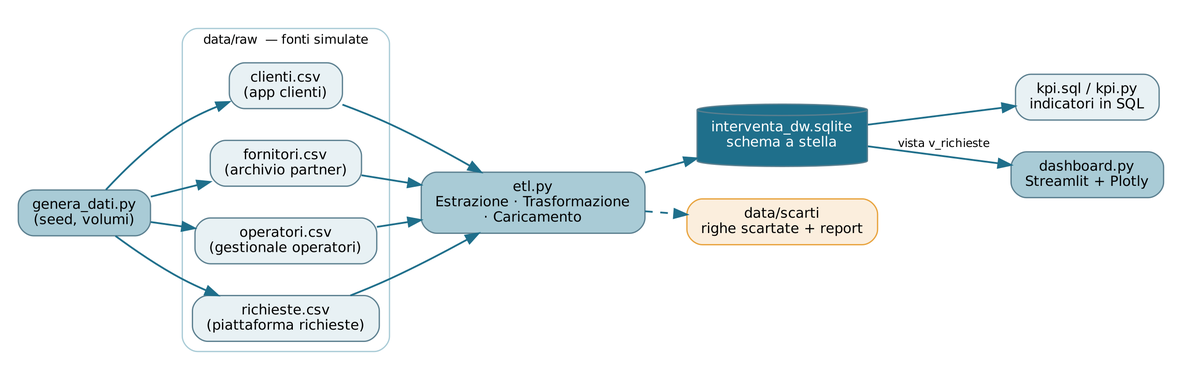
Before: docs/flusso_dati.png, a diagram exported from Graphviz (ChiccoHD/pw21-interventa). Its source is kept beside it as docs/flusso_dati.dot. The source it was exported from:
```dot
digraph flusso {
  rankdir=LR; bgcolor=white; pad=0.2; nodesep=0.35; ranksep=0.45;
  node [shape=box, style="rounded,filled", fontname="Helvetica", fontsize=11, color="#5b7f8f", fillcolor="#e8f1f4", margin="0.15,0.08"];
  edge [color="#1f6f8b", penwidth=1.4, fontname="Helvetica", fontsize=9];
  gen [label="genera_dati.py\n(seed, volumi)", fillcolor="#a9cbd6"];
  subgraph cluster_csv { label="data/raw  — fonti simulate"; fontname="Helvetica"; fontsize=10; color="#a9cbd6"; style=rounded;
    c1 [label="clienti.csv\n(app clienti)"]; c2 [label="fornitori.csv\n(archivio partner)"];
    c3 [label="operatori.csv\n(gestionale operatori)"]; c4 [label="richieste.csv\n(piattaforma richieste)"]; }
  etl [label="etl.py\nEstrazione · Trasformazione\n· Caricamento", fillcolor="#a9cbd6"];
  dw [label="interventa_dw.sqlite\nschema a stella", shape=cylinder, fillcolor="#1f6f8b", fontcolor=white];
  sc [label="data/scarti\nrighe scartate + report", fillcolor="#fbeedd", color="#e8a33d"];
  kpi [label="kpi.sql / kpi.py\nindicatori in SQL"]; dash [label="dashboard.py\nStreamlit + Plotly", fillcolor="#a9cbd6"];
  gen -> {c1 c2 c3 c4}; {c1 c2 c3 c4} -> etl; etl -> dw; etl -> sc [style=dashed]; dw -> kpi; dw -> dash [label="vista v_richieste"];
}
```
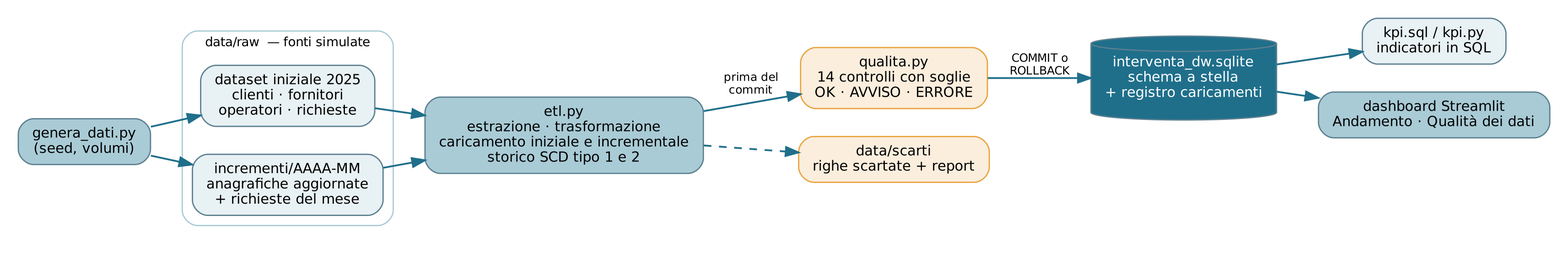
The same diagram one commit later.

Diff of the diagram source:
```diff
@@ -1,14 +1,16 @@
 digraph flusso {
-  rankdir=LR; bgcolor=white; pad=0.2; nodesep=0.35; ranksep=0.45;
+  rankdir=LR; bgcolor=white; pad=0.2; nodesep=0.3; ranksep=0.45;
   node [shape=box, style="rounded,filled", fontname="Helvetica", fontsize=11, color="#5b7f8f", fillcolor="#e8f1f4", margin="0.15,0.08"];
   edge [color="#1f6f8b", penwidth=1.4, fontname="Helvetica", fontsize=9];
   gen [label="genera_dati.py\n(seed, volumi)", fillcolor="#a9cbd6"];
   subgraph cluster_csv { label="data/raw  — fonti simulate"; fontname="Helvetica"; fontsize=10; color="#a9cbd6"; style=rounded;
-    c1 [label="clienti.csv\n(app clienti)"]; c2 [label="fornitori.csv\n(archivio partner)"];
-    c3 [label="operatori.csv\n(gestionale operatori)"]; c4 [label="richieste.csv\n(piattaforma richieste)"]; }
-  etl [label="etl.py\nEstrazione · Trasformazione\n· Caricamento", fillcolor="#a9cbd6"];
-  dw [label="interventa_dw.sqlite\nschema a stella", shape=cylinder, fillcolor="#1f6f8b", fontcolor=white];
+    base [label="dataset iniziale 2025\nclienti · fornitori\noperatori · richieste"];
+    inc [label="incrementi/AAAA-MM\nanagrafiche aggiornate\n+ richieste del mese"]; }
+  etl [label="etl.py\nestrazione · trasformazione\ncaricamento iniziale e incrementale\nstorico SCD tipo 1 e 2", fillcolor="#a9cbd6"];
+  dq [label="qualita.py\n14 controlli con soglie\nOK · AVVISO · ERRORE", fillcolor="#fbeedd", color="#e8a33d"];
+  dw [label="interventa_dw.sqlite\nschema a stella\n+ registro caricamenti", shape=cylinder, fillcolor="#1f6f8b", fontcolor=white];
   sc [label="data/scarti\nrighe scartate + report", fillcolor="#fbeedd", color="#e8a33d"];
-  kpi [label="kpi.sql / kpi.py\nindicatori in SQL"]; dash [label="dashboard.py\nStreamlit + Plotly", fillcolor="#a9cbd6"];
-  gen -> {c1 c2 c3 c4}; {c1 c2 c3 c4} -> etl; etl -> dw; etl -> sc [style=dashed]; dw -> kpi; dw -> dash [label="vista v_richieste"];
+  kpi [label="kpi.sql / kpi.py\nindicatori in SQL"]; dash [label="dashboard Streamlit\nAndamento · Qualità dei dati", fillcolor="#a9cbd6"];
+  gen -> {base inc}; {base inc} -> etl; etl -> dq [label="prima del\ncommit"]; dq -> dw [label="COMMIT o\nROLLBACK"]; etl -> sc [style=dashed];
+  dw -> kpi; dw -> dash;
 }
```
